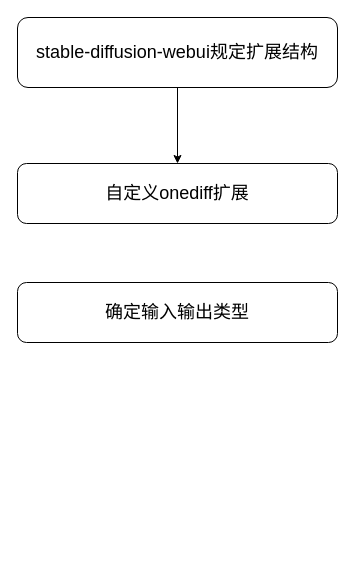
Above: 未命名绘图.drawio in fmk345/pythonProject (draw.io), before the change. Source tidied: cells renumbered, new cells numbered last; positions are measured from the earlier drawing's top-left corner, leaving out a move shared by most shapes. Both pictures are drawn from the tidied source at 100%, with x=0, y=0 at pixel (17, 17).
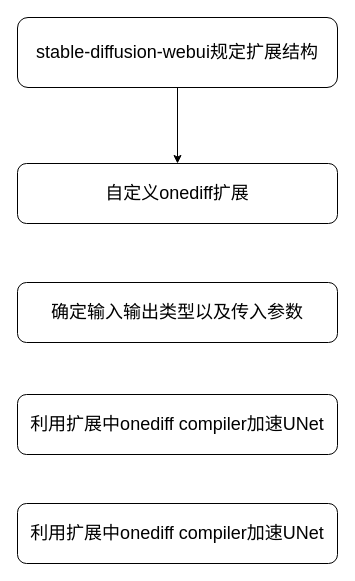
After the change.

What changed in the source:
```diff
@@
 <mxGraphModel>
   <root>
     <mxCell id="0" />
     <mxCell id="1" parent="0" />
     <mxCell id="2" value="&lt;font style=&quot;font-size: 18px;&quot;&gt;stable-diffusion-webui规定扩展结构&lt;/font&gt;" style="rounded=1;whiteSpace=wrap;html=1;" parent="1" vertex="1">
       <mxGeometry width="320" height="70" as="geometry" />
     </mxCell>
     <mxCell id="3" style="endArrow=classic;html=1;rounded=0;exitX=0.5;exitY=1;exitDx=0;exitDy=0;entryX=0.5;entryY=0;entryDx=0;entryDy=0;" parent="1" edge="1" source="2" target="4">
       <mxGeometry relative="1" as="geometry" />
     </mxCell>
     <mxCell id="4" value="&lt;font style=&quot;font-size: 18px;&quot;&gt;自定义onediff扩展&lt;/font&gt;" style="rounded=1;whiteSpace=wrap;html=1;" parent="1" vertex="1">
       <mxGeometry y="146" width="320" height="60" as="geometry" />
     </mxCell>
-    <mxCell id="5" value="&lt;span style=&quot;font-size: 18px;&quot;&gt;确定输入输出类型&lt;/span&gt;" style="rounded=1;whiteSpace=wrap;html=1;" parent="1" vertex="1">
+    <mxCell id="5" value="&lt;span style=&quot;font-size: 18px;&quot;&gt;确定输入输出类型以及传入参数&lt;/span&gt;" style="rounded=1;whiteSpace=wrap;html=1;" parent="1" vertex="1">
       <mxGeometry y="265" width="320" height="60" as="geometry" />
     </mxCell>
+    <mxCell id="6" value="&lt;span style=&quot;font-size: 18px;&quot;&gt;利用扩展中onediff compiler加速UNet&lt;/span&gt;" style="rounded=1;whiteSpace=wrap;html=1;" parent="1" vertex="1">
+      <mxGeometry y="377" width="320" height="60" as="geometry" />
+    </mxCell>
+    <mxCell id="7" value="&lt;span style=&quot;font-size: 18px;&quot;&gt;利用扩展中onediff compiler加速UNet&lt;/span&gt;" style="rounded=1;whiteSpace=wrap;html=1;" parent="1" vertex="1">
+      <mxGeometry y="486" width="320" height="60" as="geometry" />
+    </mxCell>
   </root>
 </mxGraphModel>
```
